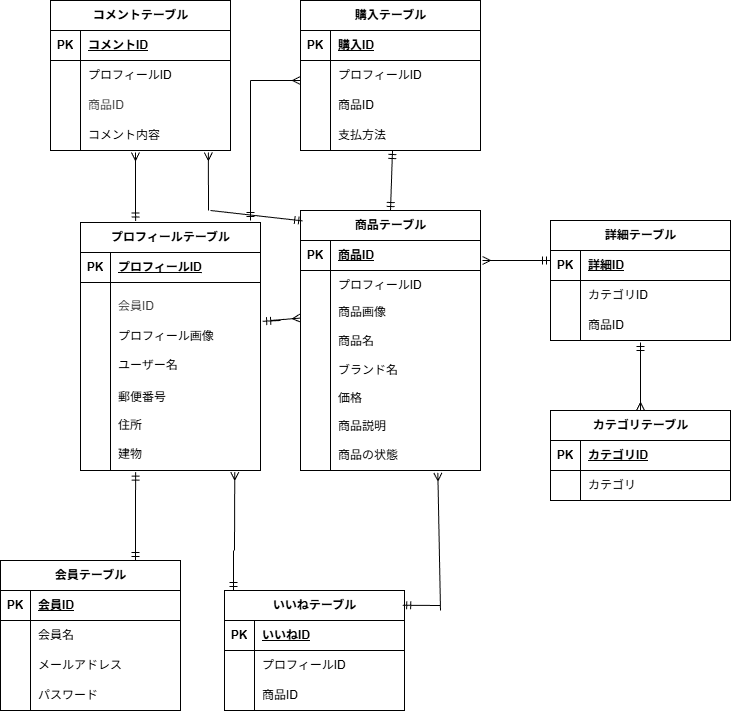
Before: market.drawio.png, a diagram exported from draw.io (mayu-ya/flea-market). Source tidied: cells renumbered, new cells last; positions are measured from the earlier drawing's top-left corner, leaving out a move shared by most shapes.
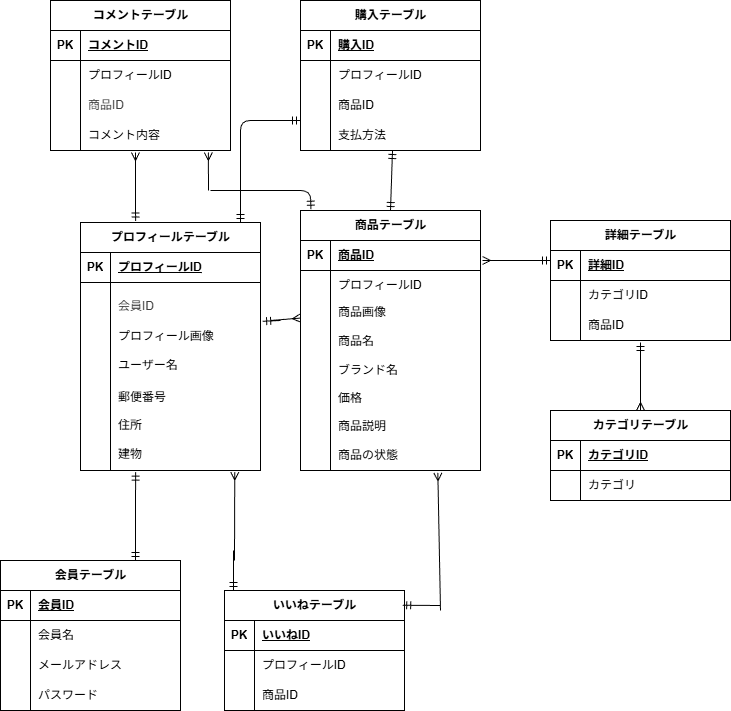
After the commit.

The edit, as a diff of the source:
```diff
@@ -172,7 +172,7 @@
     </mxCell>
     <mxCell id="55" style="fontSize=12;html=1;endArrow=ERmany;entryX=0.857;entryY=1.018;entryDx=0;entryDy=0;entryPerimeter=0;" parent="1" edge="1" target="88">
       <mxGeometry relative="1" as="geometry">
-        <mxPoint x="234" y="550" as="sourcePoint" />
+        <mxPoint x="234" y="560" as="sourcePoint" />
       </mxGeometry>
     </mxCell>
     <mxCell id="56" style="fontSize=12;html=1;endArrow=ERmandOne;startArrow=ERmandOne;entryX=0.306;entryY=1.018;entryDx=0;entryDy=0;entryPerimeter=0;exitX=0.75;exitY=0;exitDx=0;exitDy=0;" parent="1" edge="1" source="2" target="88">
@@ -228,24 +228,12 @@
         <mxPoint x="135" y="190" as="sourcePoint" />
       </mxGeometry>
     </mxCell>
-    <mxCell id="72" style="fontSize=12;html=1;endArrow=ERmandOne;" parent="1" edge="1">
-      <mxGeometry relative="1" as="geometry">
-        <mxPoint x="250" y="80" as="sourcePoint" />
-        <mxPoint x="250" y="220" as="targetPoint" />
-      </mxGeometry>
-    </mxCell>
     <mxCell id="73" style="fontSize=12;html=1;endArrow=ERmany;" parent="1" edge="1">
       <mxGeometry relative="1" as="geometry">
         <mxPoint x="530" y="260" as="sourcePoint" />
         <mxPoint x="482" y="260" as="targetPoint" />
       </mxGeometry>
     </mxCell>
-    <mxCell id="74" style="fontSize=12;html=1;endArrow=ERmany;entryX=0;entryY=0.5;entryDx=0;entryDy=0;" parent="1" edge="1">
-      <mxGeometry relative="1" as="geometry">
-        <mxPoint x="250" y="80" as="sourcePoint" />
-        <mxPoint x="300" y="80" as="targetPoint" />
-      </mxGeometry>
-    </mxCell>
     <mxCell id="75" style="fontSize=12;html=1;endArrow=ERmany;entryX=0.472;entryY=1.067;entryDx=0;entryDy=0;entryPerimeter=0;" parent="1" edge="1" target="25">
       <mxGeometry relative="1" as="geometry">
         <mxPoint x="135" y="200" as="sourcePoint" />
@@ -253,12 +241,15 @@
     </mxCell>
     <mxCell id="76" style="fontSize=12;html=1;endArrow=ERmany;entryX=0.877;entryY=1.067;entryDx=0;entryDy=0;entryPerimeter=0;" parent="1" edge="1" target="25">
       <mxGeometry relative="1" as="geometry">
-        <mxPoint x="208" y="210" as="sourcePoint" />
+        <mxPoint x="208" y="190" as="sourcePoint" />
       </mxGeometry>
     </mxCell>
-    <mxCell id="77" style="fontSize=12;html=1;endArrow=ERmandOne;entryX=0.012;entryY=0.04;entryDx=0;entryDy=0;entryPerimeter=0;" parent="1" edge="1" target="57">
+    <mxCell id="77" style="fontSize=12;html=1;endArrow=ERmandOne;entryX=0.058;entryY=-0.005;entryDx=0;entryDy=0;entryPerimeter=0;" parent="1" edge="1" target="57">
       <mxGeometry relative="1" as="geometry">
-        <mxPoint x="210" y="210" as="sourcePoint" />
+        <mxPoint x="210" y="190" as="sourcePoint" />
+        <Array as="points">
+          <mxPoint x="310" y="190" />
+        </Array>
       </mxGeometry>
     </mxCell>
     <mxCell id="78" value="プロフィールテーブル" style="shape=table;startSize=30;rowLines=0;fontStyle=1;align=center;html=1;" parent="1" vertex="1">
@@ -372,5 +363,14 @@
         <mxPoint x="640" y="342" as="targetPoint" />
       </mxGeometry>
     </mxCell>
+    <mxCell id="112" style="fontSize=12;html=1;endArrow=ERmandOne;startArrow=ERmandOne;" parent="1" edge="1">
+      <mxGeometry relative="1" as="geometry">
+        <mxPoint x="240" y="222" as="sourcePoint" />
+        <mxPoint x="300" y="120" as="targetPoint" />
+        <Array as="points">
+          <mxPoint x="240" y="120" />
+        </Array>
+      </mxGeometry>
+    </mxCell>
   </root>
 </mxGraphModel>
```
